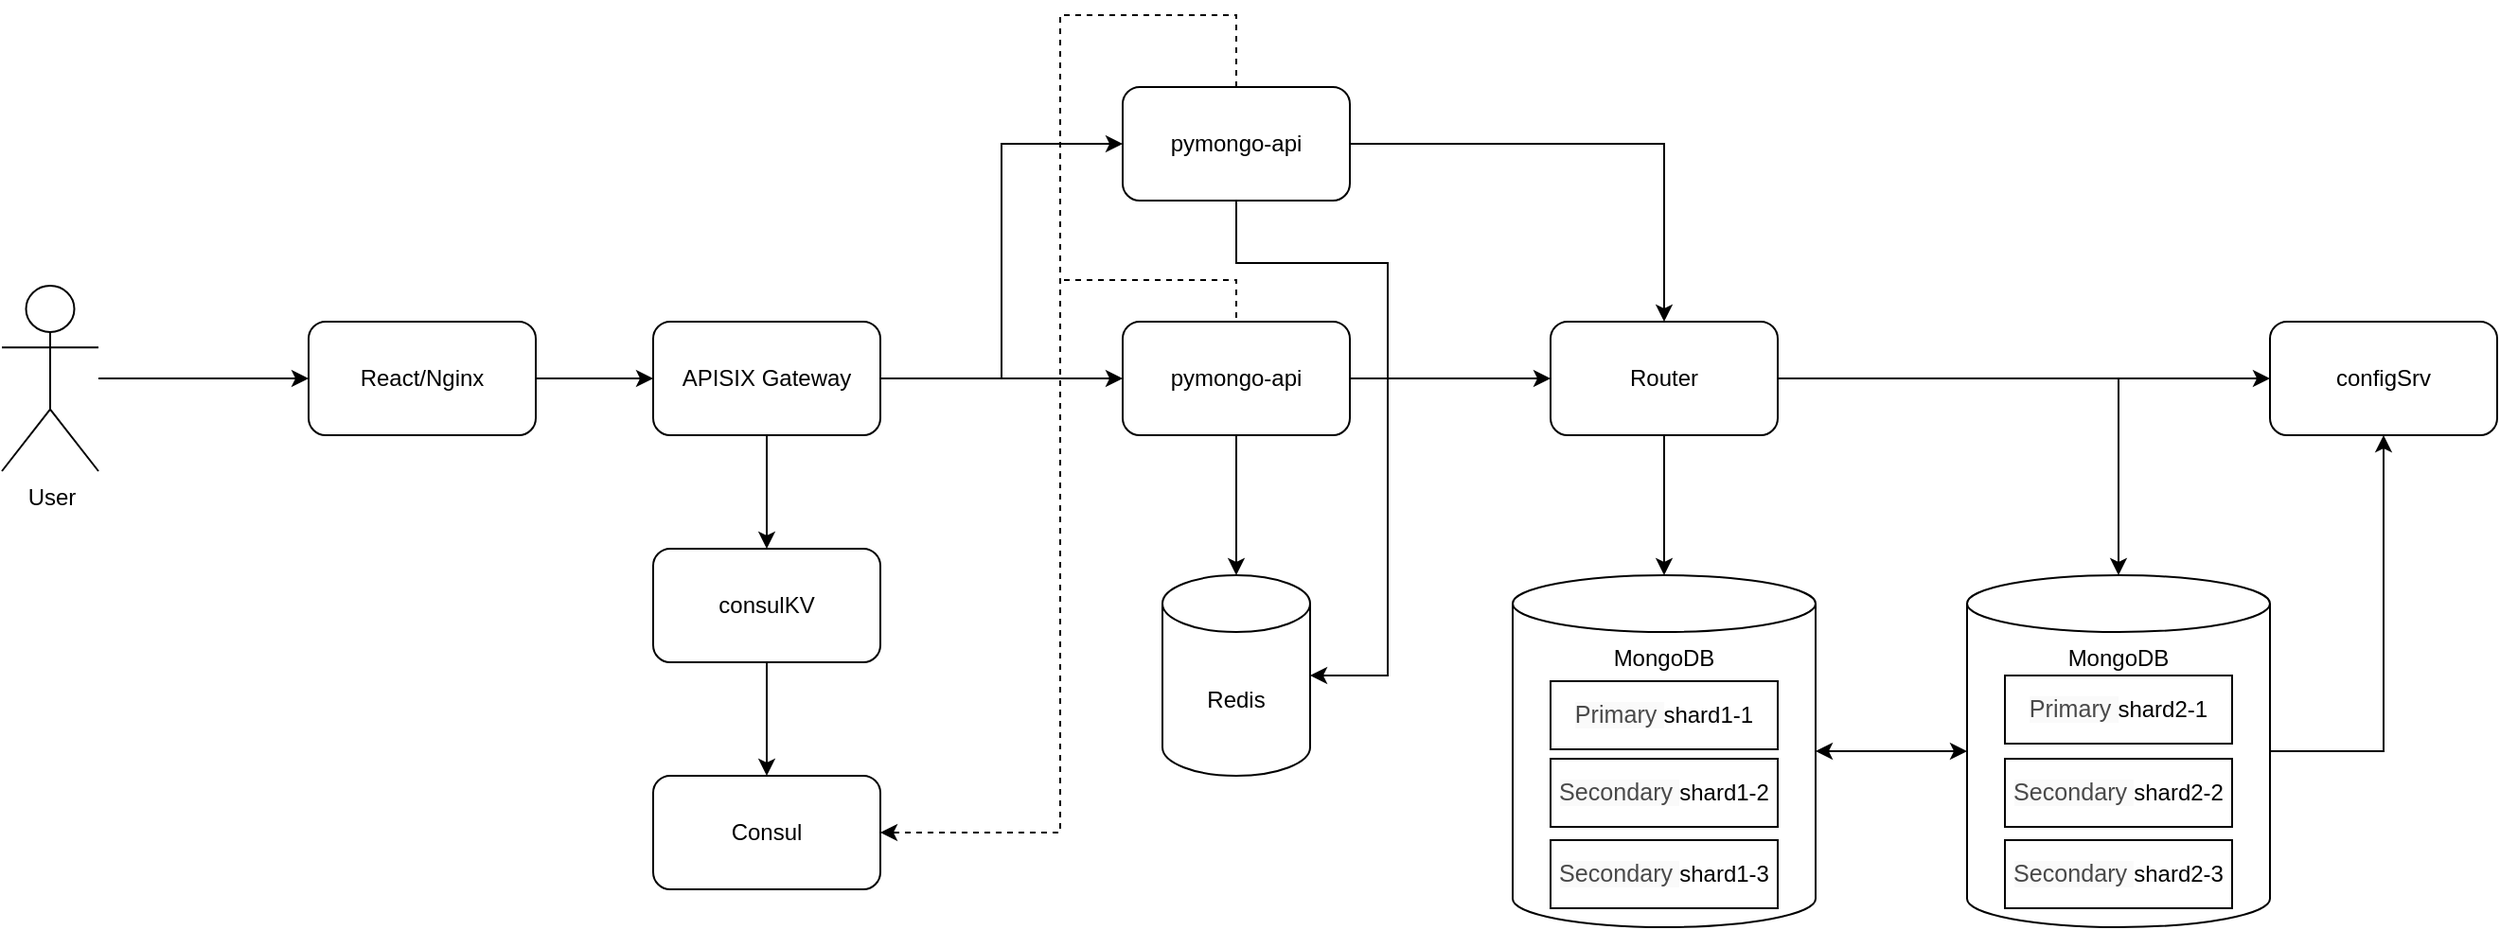
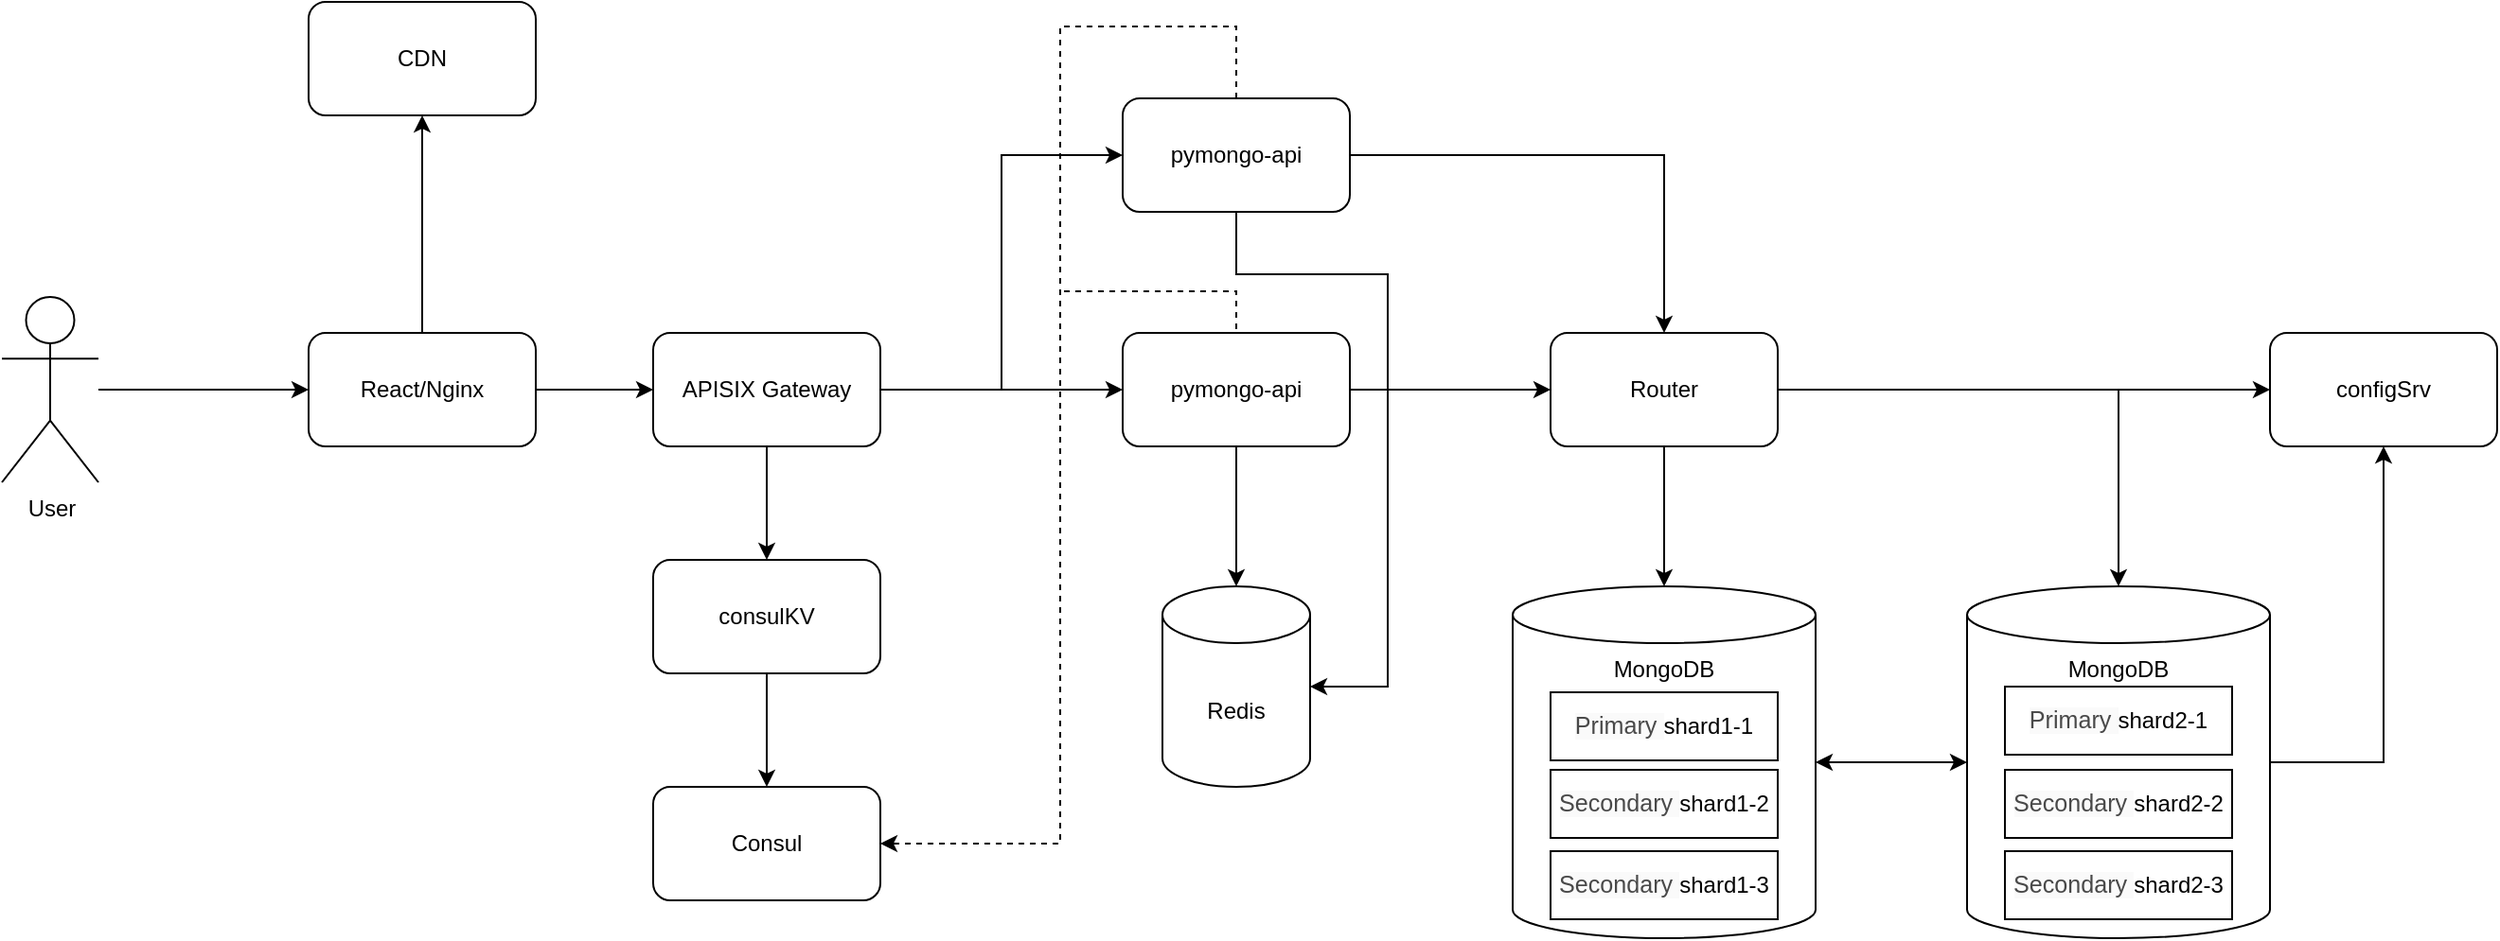
<mxfile host="app.diagrams.net" agent="Mozilla/5.0 (Macintosh; Intel Mac OS X 10_15_7) AppleWebKit/605.1.15 (KHTML, like Gecko) Version/18.5 Safari/605.1.15" version="27.1.6">
  <diagram name="Page-1" id="-H_mtQnk-PTXWXPvYvuk">
    <mxGraphModel dx="2187" dy="696" grid="0" gridSize="10" guides="1" tooltips="1" connect="1" arrows="1" fold="1" page="1" pageScale="1" pageWidth="1169" pageHeight="827" math="0" shadow="0">
      <root>
        <mxCell id="0" />
        <mxCell id="1" parent="0" />
        <mxCell id="tWGMZ3M52HPP_QXDfdmS-1" value="&lt;div style=&quot;text-align: left;&quot;&gt;MongoDB&lt;/div&gt;&lt;div&gt;&lt;div style=&quot;&quot;&gt;&lt;br&gt;&lt;/div&gt;&lt;/div&gt;" style="shape=cylinder3;whiteSpace=wrap;html=1;boundedLbl=1;backgroundOutline=1;size=15;flipV=0;flipH=0;verticalAlign=top;" parent="1" vertex="1">
          <mxGeometry x="460" y="414" width="160" height="186" as="geometry" />
        </mxCell>
        <mxCell id="tWGMZ3M52HPP_QXDfdmS-14" value="" style="edgeStyle=orthogonalEdgeStyle;rounded=0;orthogonalLoop=1;jettySize=auto;html=1;" parent="1" source="zA23MoTUsTF4_91t8viU-3" target="tWGMZ3M52HPP_QXDfdmS-5" edge="1">
          <mxGeometry relative="1" as="geometry" />
        </mxCell>
        <mxCell id="rvkwCucdAWL0D3_kAxR9-10" value="" style="edgeStyle=orthogonalEdgeStyle;rounded=0;orthogonalLoop=1;jettySize=auto;html=1;" edge="1" parent="1" source="zA23MoTUsTF4_91t8viU-3" target="rvkwCucdAWL0D3_kAxR9-9">
          <mxGeometry relative="1" as="geometry" />
        </mxCell>
        <mxCell id="zA23MoTUsTF4_91t8viU-3" value="pymongo-api" style="rounded=1;whiteSpace=wrap;html=1;" parent="1" vertex="1">
          <mxGeometry x="254" y="280" width="120" height="60" as="geometry" />
        </mxCell>
        <mxCell id="tWGMZ3M52HPP_QXDfdmS-11" style="edgeStyle=orthogonalEdgeStyle;rounded=0;orthogonalLoop=1;jettySize=auto;html=1;entryX=0.5;entryY=1;entryDx=0;entryDy=0;" parent="1" target="tWGMZ3M52HPP_QXDfdmS-8" edge="1">
          <mxGeometry relative="1" as="geometry">
            <Array as="points">
              <mxPoint x="920" y="507" />
            </Array>
            <mxPoint x="860" y="507" as="sourcePoint" />
          </mxGeometry>
        </mxCell>
        <mxCell id="tWGMZ3M52HPP_QXDfdmS-6" value="" style="edgeStyle=orthogonalEdgeStyle;rounded=0;orthogonalLoop=1;jettySize=auto;html=1;" parent="1" source="tWGMZ3M52HPP_QXDfdmS-5" target="tWGMZ3M52HPP_QXDfdmS-1" edge="1">
          <mxGeometry relative="1" as="geometry" />
        </mxCell>
        <mxCell id="rvkwCucdAWL0D3_kAxR9-8" style="edgeStyle=orthogonalEdgeStyle;rounded=0;orthogonalLoop=1;jettySize=auto;html=1;entryX=0.5;entryY=0;entryDx=0;entryDy=0;entryPerimeter=0;" edge="1" parent="1" source="tWGMZ3M52HPP_QXDfdmS-5" target="rvkwCucdAWL0D3_kAxR9-4">
          <mxGeometry relative="1" as="geometry">
            <mxPoint x="744" y="374" as="targetPoint" />
          </mxGeometry>
        </mxCell>
        <mxCell id="tWGMZ3M52HPP_QXDfdmS-5" value="Router" style="rounded=1;whiteSpace=wrap;html=1;" parent="1" vertex="1">
          <mxGeometry x="480" y="280" width="120" height="60" as="geometry" />
        </mxCell>
        <mxCell id="tWGMZ3M52HPP_QXDfdmS-8" value="configSrv" style="rounded=1;whiteSpace=wrap;html=1;" parent="1" vertex="1">
          <mxGeometry x="860" y="280" width="120" height="60" as="geometry" />
        </mxCell>
        <mxCell id="tWGMZ3M52HPP_QXDfdmS-10" value="" style="endArrow=classic;startArrow=classic;html=1;rounded=0;exitX=1;exitY=0.5;exitDx=0;exitDy=0;exitPerimeter=0;entryX=0;entryY=0.5;entryDx=0;entryDy=0;entryPerimeter=0;" parent="1" source="tWGMZ3M52HPP_QXDfdmS-1" edge="1">
          <mxGeometry width="50" height="50" relative="1" as="geometry">
            <mxPoint x="500" y="390" as="sourcePoint" />
            <mxPoint x="700" y="507" as="targetPoint" />
          </mxGeometry>
        </mxCell>
        <mxCell id="tWGMZ3M52HPP_QXDfdmS-13" value="" style="endArrow=classic;html=1;rounded=0;entryX=0;entryY=0.5;entryDx=0;entryDy=0;" parent="1" target="tWGMZ3M52HPP_QXDfdmS-8" edge="1">
          <mxGeometry width="50" height="50" relative="1" as="geometry">
            <mxPoint x="780" y="310" as="sourcePoint" />
            <mxPoint x="550" y="340" as="targetPoint" />
          </mxGeometry>
        </mxCell>
        <mxCell id="rvkwCucdAWL0D3_kAxR9-1" value="&lt;div&gt;&lt;span style=&quot;caret-color: rgb(73, 73, 73); color: rgb(73, 73, 73); font-family: var(--ds-font-family-code); font-size: 12.573px; text-align: start; background-color: rgb(250, 250, 250);&quot;&gt;Secondary&amp;nbsp;&lt;/span&gt;shard1-3&lt;br&gt;&lt;/div&gt;" style="rounded=0;whiteSpace=wrap;html=1;" vertex="1" parent="1">
          <mxGeometry x="480" y="554" width="120" height="36" as="geometry" />
        </mxCell>
        <mxCell id="rvkwCucdAWL0D3_kAxR9-2" value="&lt;div&gt;&lt;span style=&quot;caret-color: rgb(73, 73, 73); color: rgb(73, 73, 73); font-family: var(--ds-font-family-code); font-size: 12.573px; text-align: start; background-color: rgb(250, 250, 250);&quot;&gt;Primary&amp;nbsp;&lt;/span&gt;shard1-1&lt;br&gt;&lt;/div&gt;" style="rounded=0;whiteSpace=wrap;html=1;" vertex="1" parent="1">
          <mxGeometry x="480" y="470" width="120" height="36" as="geometry" />
        </mxCell>
        <mxCell id="rvkwCucdAWL0D3_kAxR9-3" value="&lt;div&gt;&lt;span style=&quot;caret-color: rgb(73, 73, 73); color: rgb(73, 73, 73); font-family: var(--ds-font-family-code); font-size: 12.573px; text-align: start; background-color: rgb(250, 250, 250);&quot;&gt;Secondary&amp;nbsp;&lt;/span&gt;shard1-2&lt;br&gt;&lt;/div&gt;" style="rounded=0;whiteSpace=wrap;html=1;" vertex="1" parent="1">
          <mxGeometry x="480" y="511" width="120" height="36" as="geometry" />
        </mxCell>
        <mxCell id="rvkwCucdAWL0D3_kAxR9-4" value="&lt;div style=&quot;text-align: left;&quot;&gt;MongoDB&lt;/div&gt;&lt;div&gt;&lt;div style=&quot;&quot;&gt;&lt;br&gt;&lt;/div&gt;&lt;/div&gt;" style="shape=cylinder3;whiteSpace=wrap;html=1;boundedLbl=1;backgroundOutline=1;size=15;flipV=0;flipH=0;verticalAlign=top;" vertex="1" parent="1">
          <mxGeometry x="700" y="414" width="160" height="186" as="geometry" />
        </mxCell>
        <mxCell id="rvkwCucdAWL0D3_kAxR9-5" value="&lt;div&gt;&lt;span style=&quot;caret-color: rgb(73, 73, 73); color: rgb(73, 73, 73); font-family: var(--ds-font-family-code); font-size: 12.573px; text-align: start; background-color: rgb(250, 250, 250);&quot;&gt;Secondary&amp;nbsp;&lt;/span&gt;shard2-3&lt;br&gt;&lt;/div&gt;" style="rounded=0;whiteSpace=wrap;html=1;" vertex="1" parent="1">
          <mxGeometry x="720" y="554" width="120" height="36" as="geometry" />
        </mxCell>
        <mxCell id="rvkwCucdAWL0D3_kAxR9-6" value="&lt;div&gt;&lt;span style=&quot;caret-color: rgb(73, 73, 73); color: rgb(73, 73, 73); font-family: var(--ds-font-family-code); font-size: 12.573px; text-align: start; background-color: rgb(250, 250, 250);&quot;&gt;Primary&amp;nbsp;&lt;/span&gt;shard2-1&lt;br&gt;&lt;/div&gt;" style="rounded=0;whiteSpace=wrap;html=1;" vertex="1" parent="1">
          <mxGeometry x="720" y="467" width="120" height="36" as="geometry" />
        </mxCell>
        <mxCell id="rvkwCucdAWL0D3_kAxR9-7" value="&lt;div&gt;&lt;span style=&quot;caret-color: rgb(73, 73, 73); color: rgb(73, 73, 73); font-family: var(--ds-font-family-code); font-size: 12.573px; text-align: start; background-color: rgb(250, 250, 250);&quot;&gt;Secondary&amp;nbsp;&lt;/span&gt;shard2-2&lt;br&gt;&lt;/div&gt;" style="rounded=0;whiteSpace=wrap;html=1;" vertex="1" parent="1">
          <mxGeometry x="720" y="511" width="120" height="36" as="geometry" />
        </mxCell>
        <mxCell id="rvkwCucdAWL0D3_kAxR9-9" value="Redis" style="shape=cylinder3;whiteSpace=wrap;html=1;boundedLbl=1;backgroundOutline=1;size=15;" vertex="1" parent="1">
          <mxGeometry x="275" y="414" width="78" height="106" as="geometry" />
        </mxCell>
        <mxCell id="rvkwCucdAWL0D3_kAxR9-31" value="" style="edgeStyle=orthogonalEdgeStyle;rounded=0;orthogonalLoop=1;jettySize=auto;html=1;" edge="1" parent="1" source="rvkwCucdAWL0D3_kAxR9-11" target="rvkwCucdAWL0D3_kAxR9-17">
          <mxGeometry relative="1" as="geometry" />
        </mxCell>
        <mxCell id="rvkwCucdAWL0D3_kAxR9-11" value="User" style="shape=umlActor;verticalLabelPosition=bottom;verticalAlign=top;html=1;outlineConnect=0;" vertex="1" parent="1">
          <mxGeometry x="-338" y="261" width="51" height="98" as="geometry" />
        </mxCell>
        <mxCell id="rvkwCucdAWL0D3_kAxR9-15" style="edgeStyle=orthogonalEdgeStyle;rounded=0;orthogonalLoop=1;jettySize=auto;html=1;entryX=0.5;entryY=0;entryDx=0;entryDy=0;" edge="1" parent="1" source="rvkwCucdAWL0D3_kAxR9-14" target="tWGMZ3M52HPP_QXDfdmS-5">
          <mxGeometry relative="1" as="geometry" />
        </mxCell>
        <mxCell id="rvkwCucdAWL0D3_kAxR9-32" style="edgeStyle=orthogonalEdgeStyle;rounded=0;orthogonalLoop=1;jettySize=auto;html=1;dashed=1;entryX=1;entryY=0.5;entryDx=0;entryDy=0;" edge="1" parent="1" source="rvkwCucdAWL0D3_kAxR9-14" target="rvkwCucdAWL0D3_kAxR9-29">
          <mxGeometry relative="1" as="geometry">
            <mxPoint x="176" y="592" as="targetPoint" />
            <Array as="points">
              <mxPoint x="314" y="118" />
              <mxPoint x="221" y="118" />
              <mxPoint x="221" y="550" />
            </Array>
          </mxGeometry>
        </mxCell>
        <mxCell id="rvkwCucdAWL0D3_kAxR9-14" value="pymongo-api" style="rounded=1;whiteSpace=wrap;html=1;" vertex="1" parent="1">
          <mxGeometry x="254" y="156" width="120" height="60" as="geometry" />
        </mxCell>
        <mxCell id="rvkwCucdAWL0D3_kAxR9-19" value="" style="edgeStyle=orthogonalEdgeStyle;rounded=0;orthogonalLoop=1;jettySize=auto;html=1;" edge="1" parent="1" source="rvkwCucdAWL0D3_kAxR9-17" target="rvkwCucdAWL0D3_kAxR9-18">
          <mxGeometry relative="1" as="geometry" />
        </mxCell>
+         <mxCell id="rvkwCucdAWL0D3_kAxR9-39" value="" style="edgeStyle=orthogonalEdgeStyle;rounded=0;orthogonalLoop=1;jettySize=auto;html=1;" edge="1" parent="1" source="rvkwCucdAWL0D3_kAxR9-17" target="rvkwCucdAWL0D3_kAxR9-38">
+           <mxGeometry relative="1" as="geometry" />
+         </mxCell>
        <mxCell id="rvkwCucdAWL0D3_kAxR9-17" value="React/Nginx" style="rounded=1;whiteSpace=wrap;html=1;" vertex="1" parent="1">
          <mxGeometry x="-176" y="280" width="120" height="60" as="geometry" />
        </mxCell>
        <mxCell id="rvkwCucdAWL0D3_kAxR9-24" style="edgeStyle=orthogonalEdgeStyle;rounded=0;orthogonalLoop=1;jettySize=auto;html=1;entryX=0;entryY=0.5;entryDx=0;entryDy=0;" edge="1" parent="1" source="rvkwCucdAWL0D3_kAxR9-18" target="rvkwCucdAWL0D3_kAxR9-14">
          <mxGeometry relative="1" as="geometry" />
        </mxCell>
        <mxCell id="rvkwCucdAWL0D3_kAxR9-26" style="edgeStyle=orthogonalEdgeStyle;rounded=0;orthogonalLoop=1;jettySize=auto;html=1;entryX=0;entryY=0.5;entryDx=0;entryDy=0;" edge="1" parent="1" source="rvkwCucdAWL0D3_kAxR9-18" target="zA23MoTUsTF4_91t8viU-3">
          <mxGeometry relative="1" as="geometry" />
        </mxCell>
        <mxCell id="rvkwCucdAWL0D3_kAxR9-28" value="" style="edgeStyle=orthogonalEdgeStyle;rounded=0;orthogonalLoop=1;jettySize=auto;html=1;" edge="1" parent="1" source="rvkwCucdAWL0D3_kAxR9-18" target="rvkwCucdAWL0D3_kAxR9-27">
          <mxGeometry relative="1" as="geometry" />
        </mxCell>
        <mxCell id="rvkwCucdAWL0D3_kAxR9-18" value="APISIX Gateway" style="rounded=1;whiteSpace=wrap;html=1;" vertex="1" parent="1">
          <mxGeometry x="6" y="280" width="120" height="60" as="geometry" />
        </mxCell>
        <mxCell id="rvkwCucdAWL0D3_kAxR9-23" style="edgeStyle=orthogonalEdgeStyle;rounded=0;orthogonalLoop=1;jettySize=auto;html=1;entryX=1;entryY=0.5;entryDx=0;entryDy=0;entryPerimeter=0;" edge="1" parent="1" source="rvkwCucdAWL0D3_kAxR9-14" target="rvkwCucdAWL0D3_kAxR9-9">
          <mxGeometry relative="1" as="geometry">
            <Array as="points">
              <mxPoint x="314" y="249" />
              <mxPoint x="394" y="249" />
              <mxPoint x="394" y="467" />
            </Array>
          </mxGeometry>
        </mxCell>
        <mxCell id="rvkwCucdAWL0D3_kAxR9-30" value="" style="edgeStyle=orthogonalEdgeStyle;rounded=0;orthogonalLoop=1;jettySize=auto;html=1;" edge="1" parent="1" source="rvkwCucdAWL0D3_kAxR9-27" target="rvkwCucdAWL0D3_kAxR9-29">
          <mxGeometry relative="1" as="geometry" />
        </mxCell>
        <mxCell id="rvkwCucdAWL0D3_kAxR9-27" value="consulKV" style="rounded=1;whiteSpace=wrap;html=1;" vertex="1" parent="1">
          <mxGeometry x="6" y="400" width="120" height="60" as="geometry" />
        </mxCell>
        <mxCell id="rvkwCucdAWL0D3_kAxR9-29" value="Consul" style="rounded=1;whiteSpace=wrap;html=1;" vertex="1" parent="1">
          <mxGeometry x="6" y="520" width="120" height="60" as="geometry" />
        </mxCell>
        <mxCell id="rvkwCucdAWL0D3_kAxR9-36" value="" style="endArrow=none;html=1;rounded=0;entryX=0.5;entryY=0;entryDx=0;entryDy=0;dashed=1;" edge="1" parent="1" target="zA23MoTUsTF4_91t8viU-3">
          <mxGeometry width="50" height="50" relative="1" as="geometry">
            <mxPoint x="223" y="258" as="sourcePoint" />
            <mxPoint x="297" y="381" as="targetPoint" />
            <Array as="points">
              <mxPoint x="314" y="258" />
            </Array>
          </mxGeometry>
        </mxCell>
+         <mxCell id="rvkwCucdAWL0D3_kAxR9-38" value="CDN" style="rounded=1;whiteSpace=wrap;html=1;" vertex="1" parent="1">
+           <mxGeometry x="-176" y="105" width="120" height="60" as="geometry" />
+         </mxCell>
      </root>
    </mxGraphModel>
  </diagram>
</mxfile>
